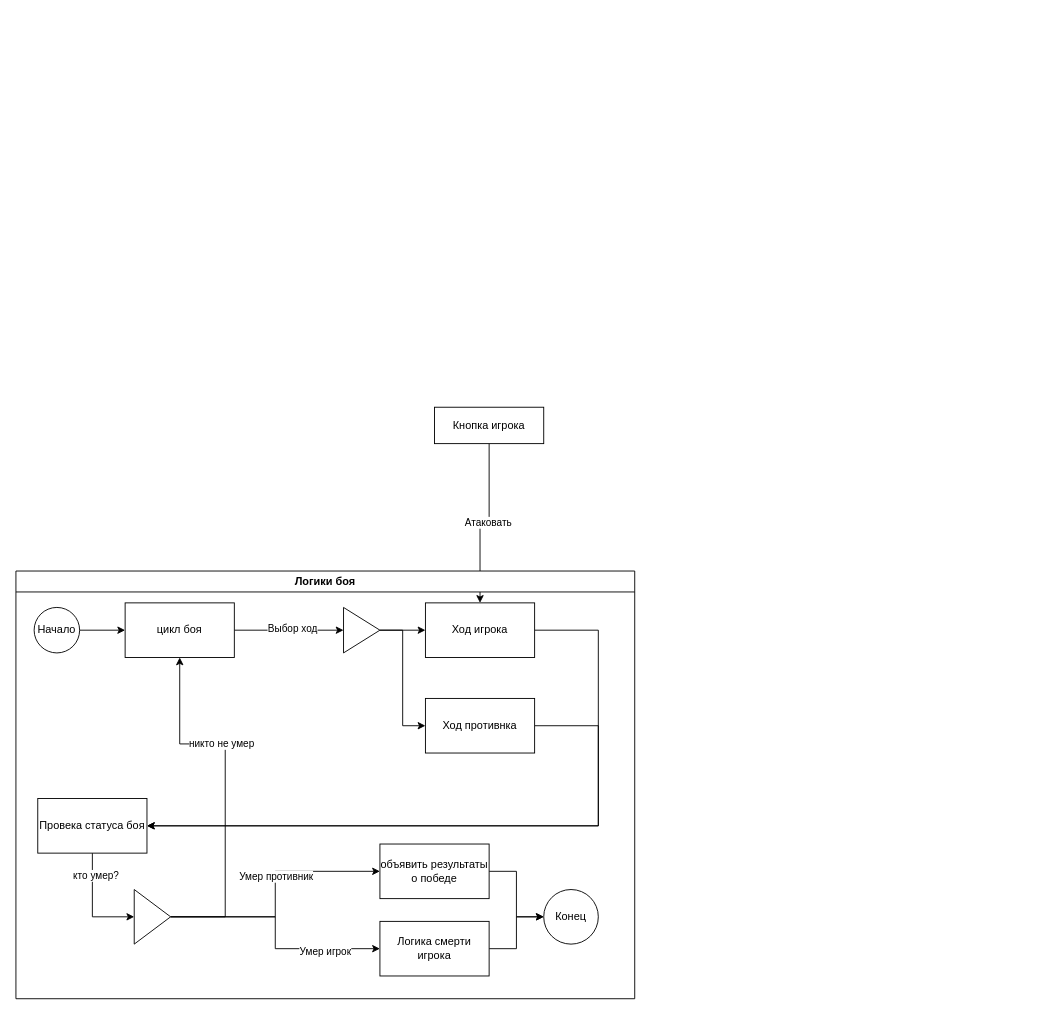
The draw.io diagram page "Взаимодействие между классами" (5 of 5) of GameRPG.drawio in MrFireDeN/GameRPG, before the edit. Source tidied: cells renumbered, new cells numbered last; positions are measured from the earlier drawing's top-left corner, leaving out a move shared by most shapes. Both pictures are drawn from the tidied source at 91%, with x=0, y=0 at pixel (15, 407).
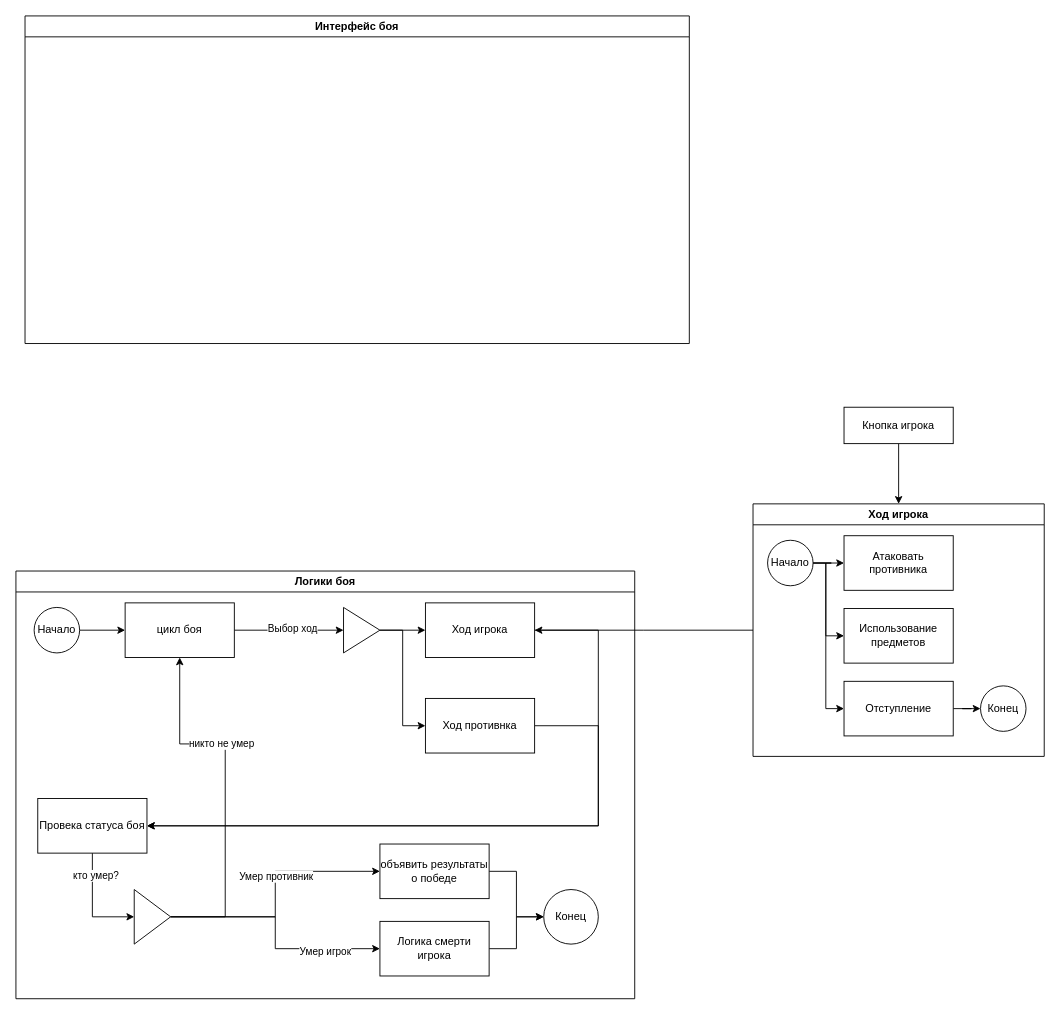
Above is the later version.

Commit message:
feat: логика для хода игрока

The change refers to these unchanged cells:
```xml
<mxCell id="10" value="Ход игрока" style="rounded=0;whiteSpace=wrap;html=1;" parent="5" vertex="1">
  <mxGeometry x="450" y="35" width="120" height="60" as="geometry" />
</mxCell>
```

Diff of the diagram source:
```diff
@@
-    <mxCell id="2" style="edgeStyle=orthogonalEdgeStyle;rounded=0;jettySize=auto;html=1;" parent="1" edge="1" source="4" target="10">
-      <mxGeometry relative="1" as="geometry" />
-    </mxCell>
-    <mxCell id="3" value="Атаковать" style="edgeLabel;html=1;align=center;verticalAlign=middle;" parent="2" vertex="1">
-      <mxGeometry x="-0.04" y="-1" relative="1" as="geometry" />
-    </mxCell>
+    <mxCell id="33" style="edgeStyle=orthogonalEdgeStyle;rounded=0;jettySize=auto;html=1;" parent="1" edge="1" source="4" target="36">
+      <mxGeometry relative="1" as="geometry" />
+    </mxCell>
     <mxCell id="4" value="Кнопка игрока" style="rounded=0;whiteSpace=wrap;html=1;" parent="1" vertex="1">
-      <mxGeometry x="460" width="120" height="40" as="geometry" />
+      <mxGeometry x="910" width="120" height="40" as="geometry" />
     </mxCell>
@@
+    <mxCell id="34" value="Интерфейс боя" style="swimlane;whiteSpace=wrap;html=1;" parent="1" vertex="1">
+      <mxGeometry x="10" y="-430" width="730" height="360" as="geometry" />
+    </mxCell>
+    <mxCell id="35" style="edgeStyle=orthogonalEdgeStyle;rounded=0;jettySize=auto;html=1;" parent="1" edge="1" source="36" target="10">
+      <mxGeometry relative="1" as="geometry" />
+    </mxCell>
+    <mxCell id="36" value="Ход игрока" style="swimlane;whiteSpace=wrap;html=1;" parent="1" vertex="1">
+      <mxGeometry x="810" y="106.2" width="320" height="277.5" as="geometry" />
+    </mxCell>
+    <mxCell id="37" style="edgeStyle=orthogonalEdgeStyle;rounded=0;jettySize=auto;html=1;" parent="36" edge="1" source="40" target="41">
+      <mxGeometry relative="1" as="geometry" />
+    </mxCell>
+    <mxCell id="38" style="edgeStyle=orthogonalEdgeStyle;rounded=0;jettySize=auto;html=1;entryX=0;entryY=0.5;entryDx=0;entryDy=0;" parent="36" edge="1" source="40" target="42">
+      <mxGeometry relative="1" as="geometry">
+        <Array as="points">
+          <mxPoint x="80" y="65" />
+          <mxPoint x="80" y="145" />
+        </Array>
+      </mxGeometry>
+    </mxCell>
+    <mxCell id="39" style="edgeStyle=orthogonalEdgeStyle;rounded=0;jettySize=auto;html=1;entryX=0;entryY=0.5;entryDx=0;entryDy=0;" parent="36" edge="1" source="40" target="44">
+      <mxGeometry relative="1" as="geometry">
+        <Array as="points">
+          <mxPoint x="80" y="65" />
+          <mxPoint x="80" y="225" />
+        </Array>
+      </mxGeometry>
+    </mxCell>
+    <mxCell id="40" value="Начало" style="ellipse;whiteSpace=wrap;html=1;" parent="36" vertex="1">
+      <mxGeometry x="16" y="40" width="50" height="50" as="geometry" />
+    </mxCell>
+    <mxCell id="41" value="Атаковать противника" style="rounded=0;whiteSpace=wrap;html=1;" parent="36" vertex="1">
+      <mxGeometry x="100" y="35" width="120" height="60" as="geometry" />
+    </mxCell>
+    <mxCell id="42" value="Использование предметов" style="rounded=0;whiteSpace=wrap;html=1;" parent="36" vertex="1">
+      <mxGeometry x="100" y="115" width="120" height="60" as="geometry" />
+    </mxCell>
+    <mxCell id="43" style="edgeStyle=orthogonalEdgeStyle;rounded=0;jettySize=auto;html=1;" parent="36" edge="1" source="44" target="45">
+      <mxGeometry relative="1" as="geometry" />
+    </mxCell>
+    <mxCell id="44" value="Отступление" style="rounded=0;whiteSpace=wrap;html=1;" parent="36" vertex="1">
+      <mxGeometry x="100" y="195" width="120" height="60" as="geometry" />
+    </mxCell>
+    <mxCell id="45" value="Конец" style="ellipse;whiteSpace=wrap;html=1;" parent="36" vertex="1">
+      <mxGeometry x="250" y="200" width="50" height="50" as="geometry" />
+    </mxCell>
```
